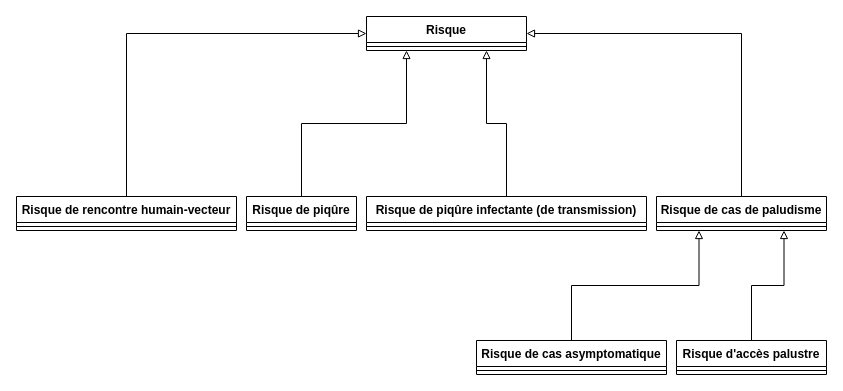
Earlier version of the draw.io diagram riskS.drawio (EmmanuelRouxIRD/PROGYSAT-VecTrans). Source tidied: cells renumbered, new cells numbered last; positions are measured from the earlier drawing's top-left corner, leaving out a move shared by most shapes. Both pictures are drawn from the tidied source at 100%, with x=0, y=0 at pixel (16, 16).
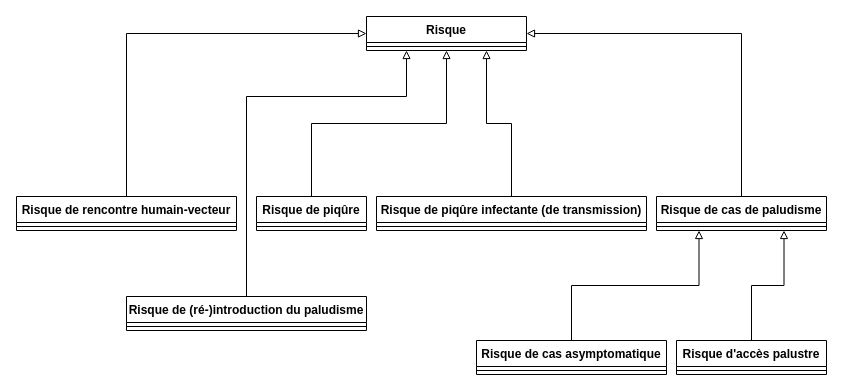
The same diagram, later.

The change refers to these unchanged cells:
```xml
<mxCell id="2" value="Risque" style="swimlane;fontStyle=1;align=center;verticalAlign=top;horizontal=1;startSize=26;" parent="1" vertex="1">
  <mxGeometry x="350" width="160" height="34" as="geometry" />
</mxCell>
```

Change to the diagram source:
```diff
@@
-    <mxCell id="7" style="edgeStyle=orthogonalEdgeStyle;rounded=0;jettySize=auto;html=1;exitX=0.5;exitY=0;exitDx=0;exitDy=0;entryX=0.25;entryY=1;entryDx=0;entryDy=0;endArrow=block;endFill=0;" parent="1" edge="1" source="8" target="2">
+    <mxCell id="7" style="edgeStyle=orthogonalEdgeStyle;rounded=0;jettySize=auto;html=1;exitX=0.5;exitY=0;exitDx=0;exitDy=0;endArrow=block;endFill=0;entryX=0.5;entryY=1;entryDx=0;entryDy=0;" parent="1" edge="1" source="8" target="2">
       <mxGeometry relative="1" as="geometry" />
     </mxCell>
     <mxCell id="8" value="Risque de piqûre" style="swimlane;fontStyle=1;align=center;verticalAlign=top;horizontal=1;startSize=26;" parent="1" vertex="1">
-      <mxGeometry x="230" y="180" width="110" height="34" as="geometry" />
+      <mxGeometry x="240" y="180" width="110" height="34" as="geometry" />
     </mxCell>
@@
     <mxCell id="11" value="Risque de piqûre infectante (de transmission)" style="swimlane;fontStyle=1;align=center;verticalAlign=top;horizontal=1;startSize=26;" parent="1" vertex="1">
-      <mxGeometry x="350" y="180" width="280" height="34" as="geometry" />
+      <mxGeometry x="360" y="180" width="270" height="34" as="geometry" />
     </mxCell>
     <mxCell id="12" style="line;strokeWidth=1;fillColor=none;align=left;verticalAlign=middle;spacingTop=-1;spacingLeft=3;spacingRight=3;labelPosition=right;" parent="11" vertex="1">
-      <mxGeometry y="26" width="280" height="8" as="geometry" />
+      <mxGeometry y="26" width="270" height="8" as="geometry" />
     </mxCell>
@@
+    <mxCell id="22" style="edgeStyle=orthogonalEdgeStyle;rounded=0;jettySize=auto;html=1;exitX=0.5;exitY=0;exitDx=0;exitDy=0;entryX=0.25;entryY=1;entryDx=0;entryDy=0;endArrow=block;endFill=0;" parent="1" edge="1" source="23" target="2">
+      <mxGeometry relative="1" as="geometry">
+        <Array as="points">
+          <mxPoint x="230" y="80" />
+          <mxPoint x="390" y="80" />
+        </Array>
+      </mxGeometry>
+    </mxCell>
+    <mxCell id="23" value="Risque de (ré-)introduction du paludisme" style="swimlane;fontStyle=1;align=center;verticalAlign=top;horizontal=1;startSize=26;" parent="1" vertex="1">
+      <mxGeometry x="110" y="280" width="240" height="34" as="geometry" />
+    </mxCell>
+    <mxCell id="24" style="line;strokeWidth=1;fillColor=none;align=left;verticalAlign=middle;spacingTop=-1;spacingLeft=3;spacingRight=3;labelPosition=right;" parent="23" vertex="1">
+      <mxGeometry y="26" width="240" height="8" as="geometry" />
+    </mxCell>
```
